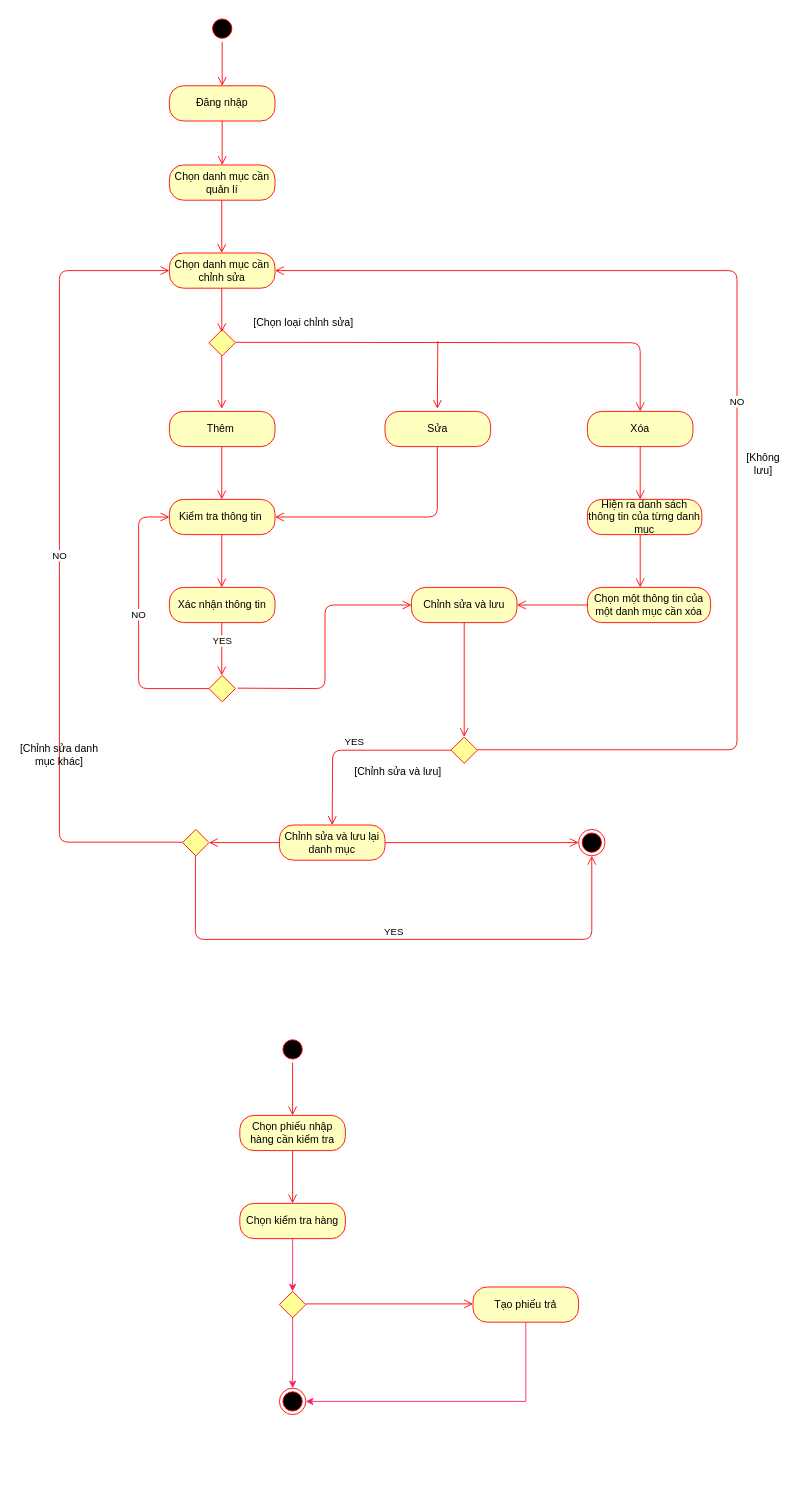
Above: ACTIVITY/Activity diagram.drawio in AlexTien202/congnghephanmem (draw.io), before the change. Source tidied: cells renumbered, new cells numbered last; positions are measured from the earlier drawing's top-left corner, leaving out a move shared by most shapes. Both pictures are drawn from the tidied source at 88%, with x=0, y=0 at pixel (15, 15).
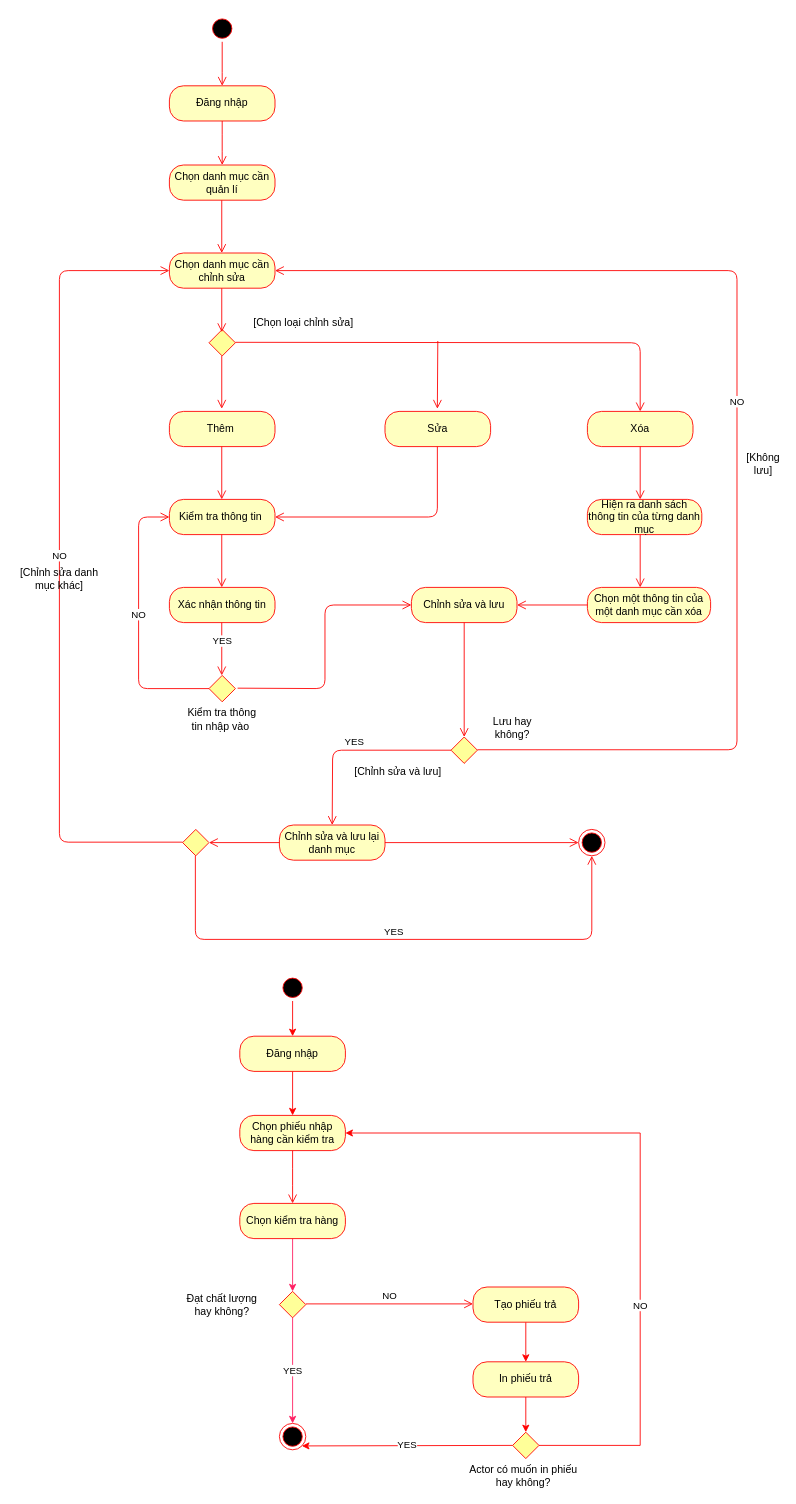
Above is the later version.

Unchanged cells that the change refers to:
```xml
<mxCell id="49" value="Chọn phiếu nhập hàng cần kiểm tra" style="rounded=1;whiteSpace=wrap;html=1;arcSize=40;fontColor=#000000;fillColor=#ffffc0;strokeColor=#ff0000;" parent="1" vertex="1">
  <mxGeometry x="255" y="1250" width="120" height="40" as="geometry" />
</mxCell>
<mxCell id="55" style="rhombus;fillColor=#FFFF99;strokeColor=#FF0000;" parent="1" vertex="1">
  <mxGeometry x="300" y="1450" width="30" height="30" as="geometry" />
</mxCell>
<mxCell id="57" value="Tạo phiếu trả" style="rounded=1;whiteSpace=wrap;html=1;arcSize=40;fontColor=#000000;fillColor=#ffffc0;strokeColor=#ff0000;" parent="1" vertex="1">
  <mxGeometry x="520" y="1445" width="120" height="40" as="geometry" />
</mxCell>
```

What changed in the source:
```diff
@@
     <mxCell id="43" value="[Chỉnh sửa danh mục khác]" style="text;html=1;strokeColor=none;fillColor=none;align=center;verticalAlign=middle;whiteSpace=wrap;rounded=0;" parent="1" vertex="1">
-      <mxGeometry y="830" width="100" height="20" as="geometry" />
+      <mxGeometry y="630" width="100" height="20" as="geometry" />
     </mxCell>
@@
+    <mxCell id="59" style="rounded=0;jettySize=auto;html=1;exitX=0.5;exitY=1;exitDx=0;exitDy=0;strokeColor=#FF0000;" parent="1" edge="1" source="47" target="62">
+      <mxGeometry relative="1" as="geometry" />
+    </mxCell>
     <mxCell id="47" style="ellipse;html=1;shape=startState;fillColor=#000000;strokeColor=#ff0000;" parent="1" vertex="1">
-      <mxGeometry x="300" y="1160" width="30" height="30" as="geometry" />
+      <mxGeometry x="300" y="1090" width="30" height="30" as="geometry" />
     </mxCell>
-    <mxCell id="48" style="edgeStyle=orthogonalEdgeStyle;html=1;verticalAlign=bottom;endArrow=open;endSize=8;strokeColor=#ff0000;" parent="1" edge="1" source="47">
-      <mxGeometry relative="1" as="geometry">
-        <mxPoint x="315" y="1250" as="targetPoint" />
-      </mxGeometry>
-    </mxCell>
@@
-    <mxCell id="51" style="edgeStyle=orthogonalEdgeStyle;html=1;verticalAlign=bottom;endArrow=open;endSize=8;strokeColor=#ff0000;" parent="1" edge="1">
+    <mxCell id="51" value="NO" style="edgeStyle=orthogonalEdgeStyle;html=1;verticalAlign=bottom;endArrow=open;endSize=8;strokeColor=#ff0000;" parent="1" edge="1">
       <mxGeometry relative="1" as="geometry">
         <mxPoint x="330" y="1464.2" as="sourcePoint" />
         <mxPoint x="520" y="1464.2" as="targetPoint" />
       </mxGeometry>
     </mxCell>
@@
-    <mxCell id="54" style="edgeStyle=none;rounded=0;jettySize=auto;html=1;strokeColor=#FF1F62;" parent="1" edge="1" source="55">
-      <mxGeometry relative="1" as="geometry">
-        <mxPoint x="315" y="1560" as="targetPoint" />
-      </mxGeometry>
+    <mxCell id="54" value="YES" style="edgeStyle=none;rounded=0;jettySize=auto;html=1;strokeColor=#FF1F62;entryX=0.5;entryY=0;entryDx=0;entryDy=0;" parent="1" edge="1" source="55" target="58">
+      <mxGeometry relative="1" as="geometry" />
     </mxCell>
@@
-    <mxCell id="56" style="edgeStyle=orthogonalEdgeStyle;rounded=0;jettySize=auto;html=1;strokeColor=#FF1F62;entryX=1;entryY=0.5;entryDx=0;entryDy=0;" parent="1" edge="1" source="57" target="58">
-      <mxGeometry relative="1" as="geometry">
-        <Array as="points">
-          <mxPoint x="580" y="1575" />
-        </Array>
-      </mxGeometry>
-    </mxCell>
+    <mxCell id="60" style="edgeStyle=none;rounded=0;jettySize=auto;html=1;entryX=0.5;entryY=0;entryDx=0;entryDy=0;strokeColor=#FF0000;" parent="1" edge="1" source="57" target="67">
+      <mxGeometry relative="1" as="geometry" />
+    </mxCell>
@@
     <mxCell id="58" style="ellipse;html=1;shape=endState;fillColor=#000000;strokeColor=#ff0000;" parent="1" vertex="1">
-      <mxGeometry x="300" y="1560" width="30" height="30" as="geometry" />
+      <mxGeometry x="300" y="1600" width="30" height="30" as="geometry" />
     </mxCell>
+    <mxCell id="61" style="edgeStyle=none;rounded=0;jettySize=auto;html=1;exitX=0.5;exitY=1;exitDx=0;exitDy=0;entryX=0.5;entryY=0;entryDx=0;entryDy=0;strokeColor=#FF0000;" parent="1" edge="1" source="62" target="49">
+      <mxGeometry relative="1" as="geometry" />
+    </mxCell>
+    <mxCell id="62" value="Đăng nhập" style="rounded=1;whiteSpace=wrap;html=1;arcSize=40;fontColor=#000000;fillColor=#ffffc0;strokeColor=#ff0000;" parent="1" vertex="1">
+      <mxGeometry x="255" y="1160" width="120" height="40" as="geometry" />
+    </mxCell>
+    <mxCell id="63" value="Đạt chất lượng hay không?" style="text;html=1;strokeColor=none;fillColor=none;align=center;verticalAlign=middle;whiteSpace=wrap;rounded=0;" parent="1" vertex="1">
+      <mxGeometry x="190" y="1455" width="90" height="20" as="geometry" />
+    </mxCell>
+    <mxCell id="64" value="Kiểm tra thông tin nhập vào&amp;nbsp;" style="text;html=1;strokeColor=none;fillColor=none;align=center;verticalAlign=middle;whiteSpace=wrap;rounded=0;" parent="1" vertex="1">
+      <mxGeometry x="190" y="790" width="90" height="20" as="geometry" />
+    </mxCell>
+    <mxCell id="65" value="Lưu hay không?" style="text;html=1;strokeColor=none;fillColor=none;align=center;verticalAlign=middle;whiteSpace=wrap;rounded=0;" parent="1" vertex="1">
+      <mxGeometry x="530" y="800" width="70" height="20" as="geometry" />
+    </mxCell>
+    <mxCell id="66" style="edgeStyle=none;rounded=0;jettySize=auto;html=1;exitX=0.5;exitY=1;exitDx=0;exitDy=0;entryX=0.5;entryY=0;entryDx=0;entryDy=0;strokeColor=#FF0000;" parent="1" edge="1" source="67" target="70">
+      <mxGeometry relative="1" as="geometry" />
+    </mxCell>
+    <mxCell id="67" value="In phiếu trả" style="rounded=1;whiteSpace=wrap;html=1;arcSize=40;fontColor=#000000;fillColor=#ffffc0;strokeColor=#ff0000;" parent="1" vertex="1">
+      <mxGeometry x="520" y="1530" width="120" height="40" as="geometry" />
+    </mxCell>
+    <mxCell id="68" value="YES" style="edgeStyle=none;rounded=0;jettySize=auto;html=1;exitX=0;exitY=0.5;exitDx=0;exitDy=0;entryX=1;entryY=1;entryDx=0;entryDy=0;strokeColor=#FF0000;" parent="1" edge="1" source="70" target="58">
+      <mxGeometry relative="1" as="geometry" />
+    </mxCell>
+    <mxCell id="69" value="NO" style="edgeStyle=orthogonalEdgeStyle;rounded=0;jettySize=auto;html=1;entryX=1;entryY=0.5;entryDx=0;entryDy=0;strokeColor=#FF0000;exitX=1;exitY=0.5;exitDx=0;exitDy=0;" parent="1" edge="1" source="70" target="49">
+      <mxGeometry x="-0.32" relative="1" as="geometry">
+        <Array as="points">
+          <mxPoint x="710" y="1625" />
+          <mxPoint x="710" y="1270" />
+        </Array>
+      </mxGeometry>
+    </mxCell>
+    <mxCell id="70" style="rhombus;fillColor=#FFFF99;strokeColor=#FF0000;" parent="1" vertex="1">
+      <mxGeometry x="565" y="1610" width="30" height="30" as="geometry" />
+    </mxCell>
+    <mxCell id="71" value="Actor có muốn in phiếu hay không?" style="text;html=1;strokeColor=none;fillColor=none;align=center;verticalAlign=middle;whiteSpace=wrap;rounded=0;" parent="1" vertex="1">
+      <mxGeometry x="515" y="1650" width="125" height="20" as="geometry" />
+    </mxCell>
```
